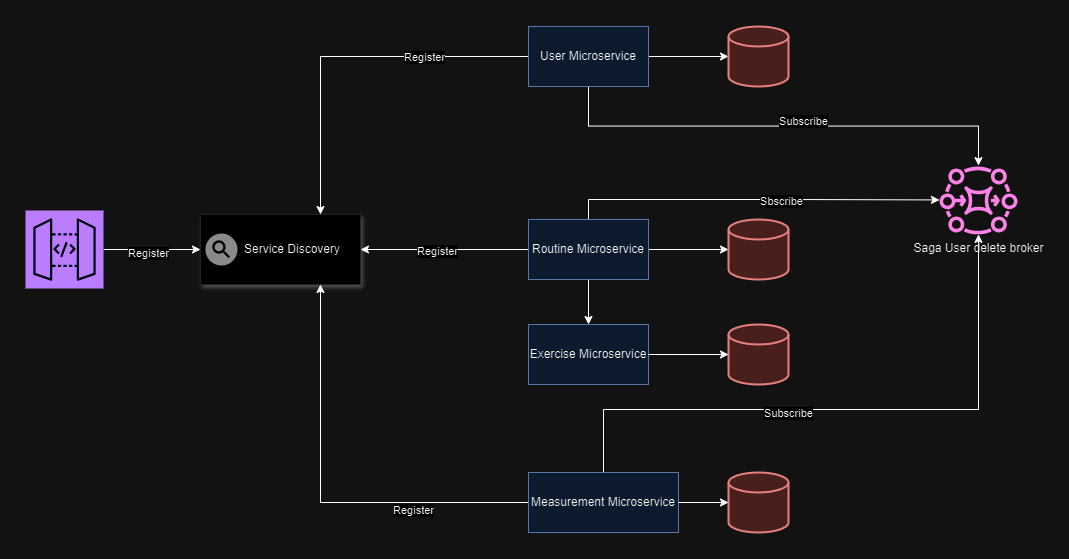
Above: more/diagrams/Social Fitness Architecture.drawio.png in LuisGrigore/fitness-social (draw.io), before the change. Source tidied: cells renumbered, new cells last; positions are measured from the earlier drawing's top-left corner, leaving out a move shared by most shapes.
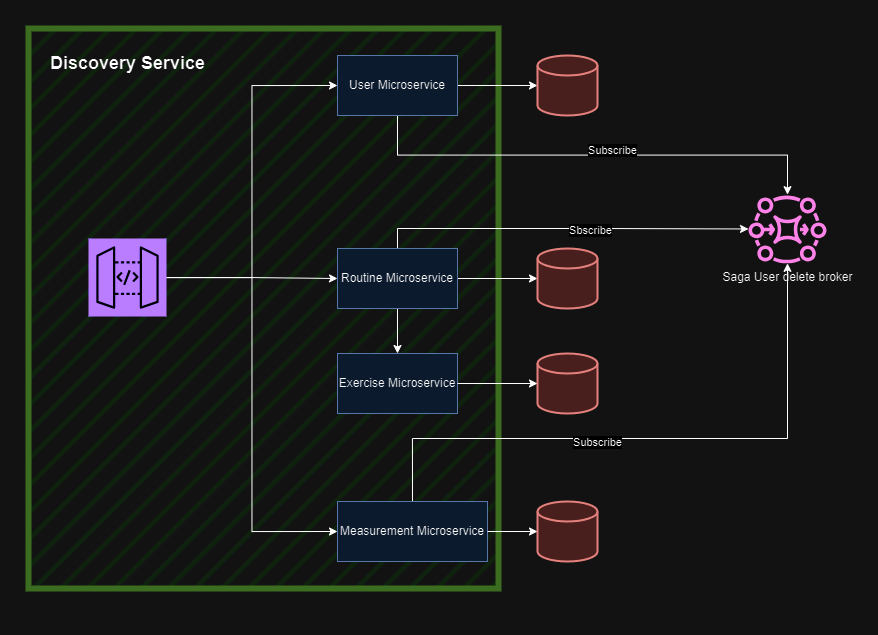
Later version of the same file.

Commit message:
Architecture design fixed.

What changed in the source:
```diff
@@ -2,34 +2,24 @@
   <root>
     <mxCell id="0" />
     <mxCell id="1" parent="0" />
-    <mxCell id="2" style="edgeStyle=orthogonalEdgeStyle;rounded=0;jettySize=auto;html=1;" parent="1" edge="1" source="4" target="5">
-      <mxGeometry relative="1" as="geometry" />
-    </mxCell>
-    <mxCell id="3" value="Register" style="edgeLabel;html=1;align=center;verticalAlign=middle;" parent="2" vertex="1">
-      <mxGeometry x="-0.07" y="-3" relative="1" as="geometry">
-        <mxPoint x="-1" as="offset" />
-      </mxGeometry>
-    </mxCell>
+    <mxCell id="33" value="&lt;div&gt;&lt;br&gt;&lt;/div&gt;" style="verticalLabelPosition=bottom;verticalAlign=top;html=1;shape=mxgraph.basic.rect;fillColor2=none;strokeWidth=6;size=20;indent=5;fillColor=#d5e8d4;strokeColor=#82b366;fillStyle=hatch;" parent="1" vertex="1">
+      <mxGeometry x="194" y="-27" width="470" height="560" as="geometry" />
+    </mxCell>
+    <mxCell id="34" style="edgeStyle=orthogonalEdgeStyle;rounded=0;jettySize=auto;html=1;" parent="1" edge="1" source="4" target="19">
+      <mxGeometry relative="1" as="geometry" />
+    </mxCell>
+    <mxCell id="35" style="edgeStyle=orthogonalEdgeStyle;rounded=0;jettySize=auto;html=1;entryX=0;entryY=0.5;entryDx=0;entryDy=0;" parent="1" edge="1" source="4" target="12">
+      <mxGeometry relative="1" as="geometry" />
+    </mxCell>
+    <mxCell id="36" style="edgeStyle=orthogonalEdgeStyle;rounded=0;jettySize=auto;html=1;entryX=0;entryY=0.5;entryDx=0;entryDy=0;" parent="1" edge="1" source="4" target="24">
+      <mxGeometry relative="1" as="geometry" />
+    </mxCell>
     <mxCell id="4" style="sketch=0;points=[[0,0,0],[0.25,0,0],[0.5,0,0],[0.75,0,0],[1,0,0],[0,1,0],[0.25,1,0],[0.5,1,0],[0.75,1,0],[1,1,0],[0,0.25,0],[0,0.5,0],[0,0.75,0],[1,0.25,0],[1,0.5,0],[1,0.75,0]];outlineConnect=0;fontColor=#232F3E;fillColor=#8C4FFF;strokeColor=#ffffff;dashed=0;verticalLabelPosition=bottom;verticalAlign=top;align=center;html=1;fontSize=12;fontStyle=0;shape=mxgraph.aws4.resourceIcon;resIcon=mxgraph.aws4.api_gateway;" parent="1" vertex="1">
-      <mxGeometry y="184" width="78" height="78" as="geometry" />
+      <mxGeometry x="254" y="183" width="78" height="78" as="geometry" />
     </mxCell>
-    <mxCell id="5" style="strokeColor=#dddddd;shadow=1;strokeWidth=1;rounded=1;absoluteArcSize=1;arcSize=2;" parent="1" vertex="1">
-      <mxGeometry x="175" y="188" width="160" height="70" as="geometry" />
-    </mxCell>
-    <mxCell id="6" value="Service Discovery" style="sketch=0;dashed=0;html=1;fillColor=#757575;strokeColor=none;shape=mxgraph.gcp2.service_discovery;labelPosition=right;verticalLabelPosition=middle;align=left;verticalAlign=middle;spacingLeft=5;fontSize=12;" parent="5" vertex="1">
-      <mxGeometry y="0.5" width="32" height="32" relative="1" as="geometry">
-        <mxPoint x="5" y="-16" as="offset" />
-      </mxGeometry>
-    </mxCell>
     <mxCell id="7" style="edgeStyle=orthogonalEdgeStyle;rounded=0;jettySize=auto;html=1;" parent="1" edge="1" source="12" target="25">
       <mxGeometry relative="1" as="geometry" />
     </mxCell>
-    <mxCell id="8" style="edgeStyle=orthogonalEdgeStyle;rounded=0;jettySize=auto;html=1;entryX=0.75;entryY=0;entryDx=0;entryDy=0;" parent="1" edge="1" source="12" target="5">
-      <mxGeometry relative="1" as="geometry" />
-    </mxCell>
-    <mxCell id="9" value="Register" style="edgeLabel;html=1;align=center;verticalAlign=middle;" parent="8" vertex="1">
-      <mxGeometry x="-0.43" relative="1" as="geometry" />
-    </mxCell>
     <mxCell id="10" style="edgeStyle=orthogonalEdgeStyle;rounded=0;jettySize=auto;html=1;exitX=0.5;exitY=1;exitDx=0;exitDy=0;" parent="1" edge="1" source="12" target="32">
       <mxGeometry relative="1" as="geometry" />
     </mxCell>
@@ -42,15 +32,6 @@
     <mxCell id="13" style="edgeStyle=orthogonalEdgeStyle;rounded=0;jettySize=auto;html=1;" parent="1" edge="1" source="19" target="26">
       <mxGeometry relative="1" as="geometry" />
     </mxCell>
-    <mxCell id="14" style="edgeStyle=orthogonalEdgeStyle;rounded=0;jettySize=auto;html=1;" parent="1" edge="1" source="19" target="5">
-      <mxGeometry relative="1" as="geometry" />
-    </mxCell>
-    <mxCell id="15" value="Register" style="edgeLabel;html=1;align=center;verticalAlign=middle;" parent="14" vertex="1">
-      <mxGeometry x="0.09" y="1" relative="1" as="geometry" />
-    </mxCell>
-    <mxCell id="16" style="edgeStyle=orthogonalEdgeStyle;rounded=0;jettySize=auto;html=1;" parent="1" edge="1" source="19" target="29">
-      <mxGeometry relative="1" as="geometry" />
-    </mxCell>
     <mxCell id="17" style="edgeStyle=orthogonalEdgeStyle;rounded=0;jettySize=auto;html=1;exitX=0.5;exitY=0;exitDx=0;exitDy=0;" parent="1" edge="1" source="19" target="32">
       <mxGeometry relative="1" as="geometry" />
     </mxCell>
@@ -59,15 +40,12 @@
         <mxPoint x="1" as="offset" />
       </mxGeometry>
     </mxCell>
+    <mxCell id="16" style="edgeStyle=orthogonalEdgeStyle;rounded=0;jettySize=auto;html=1;" parent="1" edge="1" source="19" target="29">
+      <mxGeometry relative="1" as="geometry" />
+    </mxCell>
     <mxCell id="19" value="Routine Microservice" style="rounded=0;whiteSpace=wrap;html=1;fillColor=#dae8fc;strokeColor=#6c8ebf;" parent="1" vertex="1">
       <mxGeometry x="503" y="193" width="120" height="60" as="geometry" />
     </mxCell>
-    <mxCell id="20" style="edgeStyle=orthogonalEdgeStyle;rounded=0;jettySize=auto;html=1;entryX=0.75;entryY=1;entryDx=0;entryDy=0;" parent="1" edge="1" source="24" target="5">
-      <mxGeometry relative="1" as="geometry" />
-    </mxCell>
-    <mxCell id="21" value="Register" style="edgeLabel;html=1;align=center;verticalAlign=middle;" parent="20" vertex="1">
-      <mxGeometry x="-0.46" y="7" relative="1" as="geometry" />
-    </mxCell>
     <mxCell id="22" style="edgeStyle=orthogonalEdgeStyle;rounded=0;jettySize=auto;html=1;exitX=0.5;exitY=0;exitDx=0;exitDy=0;" parent="1" edge="1" source="24" target="32">
       <mxGeometry relative="1" as="geometry">
         <Array as="points">
@@ -106,5 +84,8 @@
     <mxCell id="32" value="&lt;span style=&quot;color: rgb(0, 0, 0);&quot;&gt;Saga User delete broker&lt;/span&gt;" style="sketch=0;outlineConnect=0;fontColor=#232F3E;gradientColor=none;fillColor=#E7157B;strokeColor=none;dashed=0;verticalLabelPosition=bottom;verticalAlign=top;align=center;html=1;fontSize=12;fontStyle=0;shape=mxgraph.aws4.mq_broker;" parent="1" vertex="1">
       <mxGeometry x="914" y="139" width="78" height="69" as="geometry" />
     </mxCell>
+    <mxCell id="37" value="&lt;b&gt;&lt;font style=&quot;font-size: 18px;&quot;&gt;Discovery Service&lt;/font&gt;&lt;/b&gt;" style="text;html=1;align=center;verticalAlign=middle;strokeColor=none;fillColor=none;" parent="1" vertex="1">
+      <mxGeometry x="203" y="-12" width="180" height="40" as="geometry" />
+    </mxCell>
   </root>
 </mxGraphModel>
```
